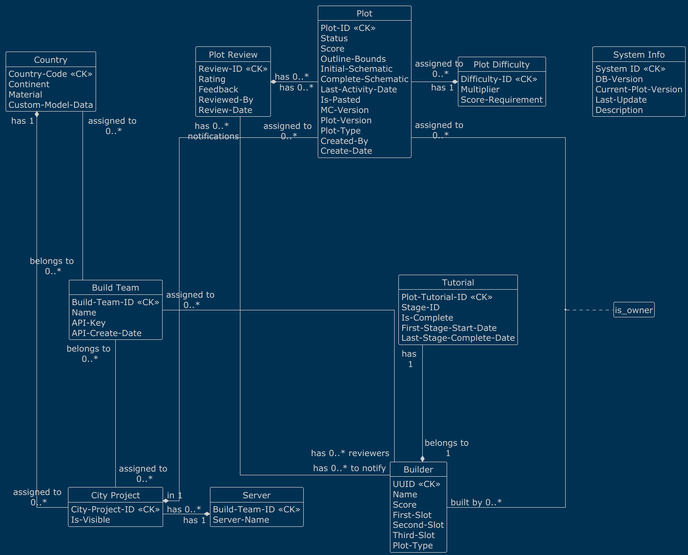
Before: conceptual-db.png, a diagram exported from PlantUML (AlpsBTE/Plot-System-DB). Source of this version:
```plantuml
@startuml
skinparam nodesep 100
skinparam ranksep 250
skinparam defaultFontSize 18

skinparam linetype ortho

hide circle
hide empty members
!theme blueprint

entity "System Info" as system_info {
    System ID <<CK>>
    DB-Version
    Current-Plot-Version
    Last-Update
    Description
}

entity "Build Team" as build_team {
    Build-Team-ID <<CK>>
    Name
    API-Key
    API-Create-Date
}

entity "Server" as server {
    Build-Team-ID <<CK>>
    Server-Name
}

entity "Country" as country {
    Country-Code <<CK>>
    Continent
    Material
    Custom-Model-Data
}

entity "City Project" as city_project {
    City-Project-ID <<CK>>
    Is-Visible
}

entity "Builder" as builder {
    UUID <<CK>>
    Name
    Score
    First-Slot
    Second-Slot
    Third-Slot
    Plot-Type
}

entity "Plot Difficulty" as plot_difficulty {
    Difficulty-ID <<CK>>
    Multiplier
    Score-Requirement
}

entity "Plot" as plot {
    Plot-ID <<CK>>
    Status
    Score
    Outline-Bounds
    Initial-Schematic
    Complete-Schematic
    Last-Activity-Date
    Is-Pasted
    MC-Version
    Plot-Version
    Plot-Type
    Created-By
    Create-Date
}

entity "Tutorial" as tutorial {
    Plot-Tutorial-ID <<CK>>
    Stage-ID
    Is-Complete
    First-Stage-Start-Date
    Last-Stage-Complete-Date
}

entity "Plot Review" as plot_review {
    Review-ID <<CK>>
    Rating
    Feedback
    Reviewed-By
    Review-Date
}

build_team "belongs to \n0..*" -up- "assigned to \n0..*" country
build_team "belongs to \n0..*" -- "assigned to \n0..*" city_project
build_team "assigned to \n0..*" -- "has 0..* reviewers" builder
plot_review "has 0..*\n notifications" -- "has 0..* to notify" builder
plot_review "has 0..*" *- "has 0..*" plot

server "has 1" *--left- "has 0..*" city_project
country "has 1" *-- "assigned to \n0..*" city_project

plot "assigned to\n 0..*" -- "built by 0..*" builder
(plot, builder) . is_owner

plot "assigned to \n0..*" --* "in 1" city_project
plot "assigned to \n0..*" -right* "has 1" plot_difficulty

tutorial "has \n1" --* "belongs to \n1" builder
@enduml
```
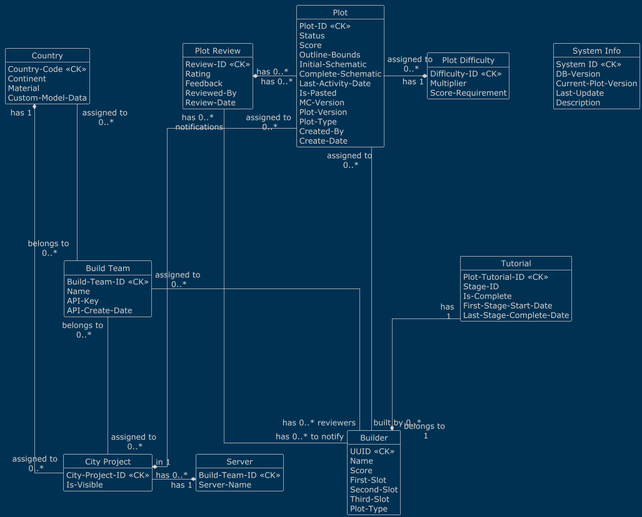
Above is the later version.

Commit message:
remove is_owner in conceptual db

Diff of the diagram source:
```diff
@@ -99,9 +99,8 @@
 country "has 1" *-- "assigned to \n0..*" city_project
 
 plot "assigned to\n 0..*" -- "built by 0..*" builder
-(plot, builder) . is_owner
 
-plot "assigned to \n0..*" --* "in 1" city_project
+plot "assigned to \n0..*" ---* "in 1" city_project
 plot "assigned to \n0..*" -right* "has 1" plot_difficulty
 
 tutorial "has \n1" --* "belongs to \n1" builder
```
